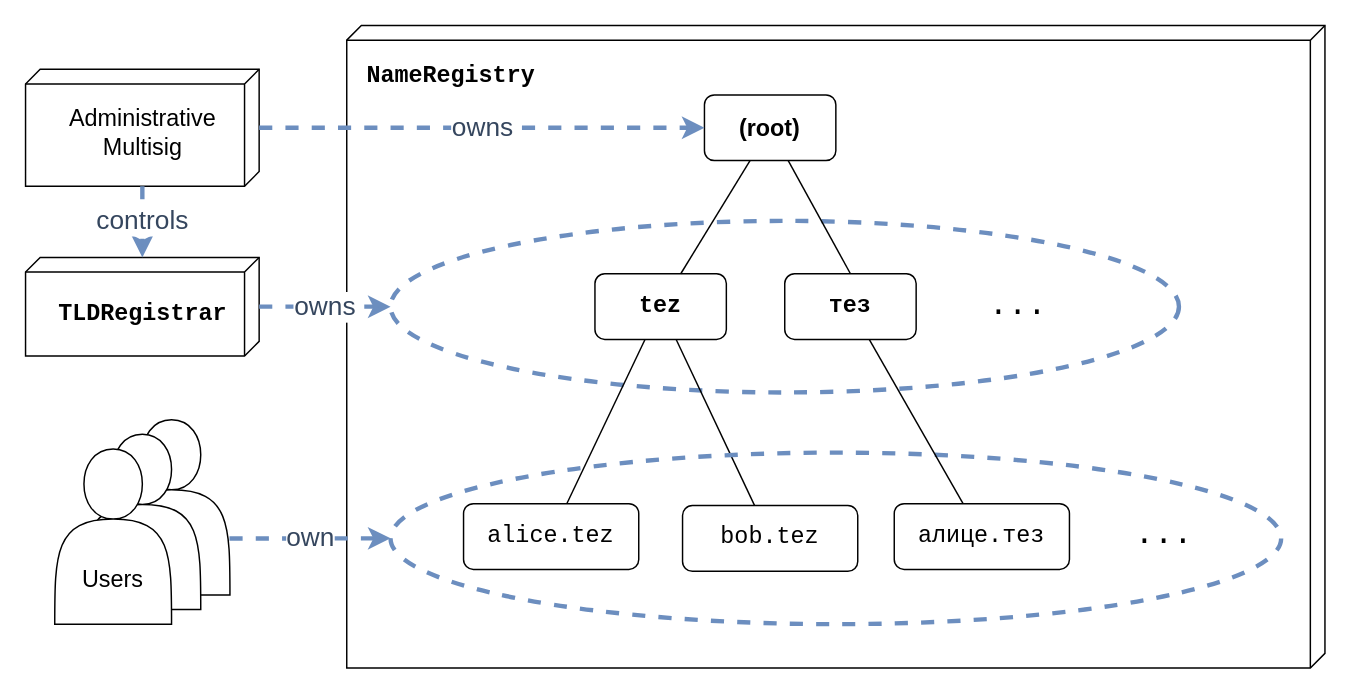
Earlier version of the draw.io diagram .gitbook/assets/ownership.drawio (tezos-domains/docs). Source tidied: cells renumbered, new cells numbered last; positions are measured from the earlier drawing's top-left corner, leaving out a move shared by most shapes. Both pictures are drawn from the tidied source at 146%, with x=0, y=0 at pixel (25, 25).
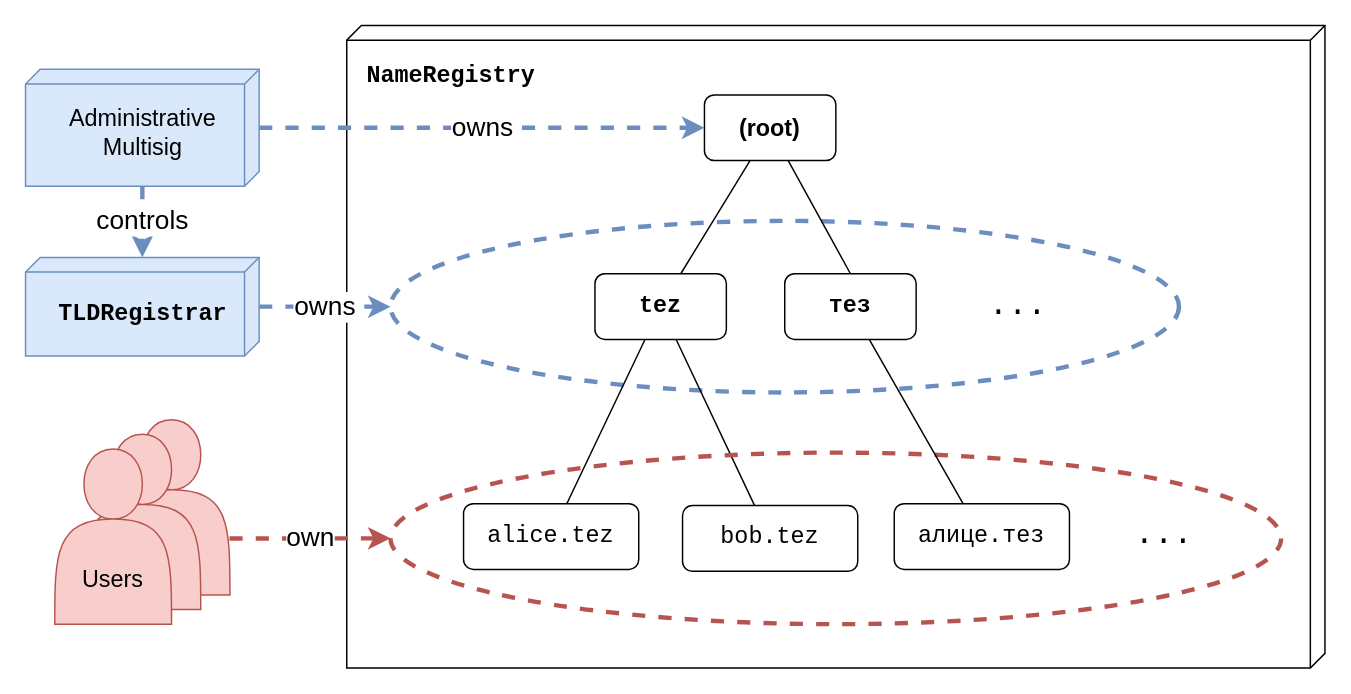
The same diagram, later.

Commit message (it also covers changes not shown here):
update ownership diagram

Unchanged cells that the change refers to:
```xml
<mxCell id="3" style="ellipse;whiteSpace=wrap;html=1;fontFamily=Courier New;fontSize=22;dashed=1;fillColor=none;strokeColor=#6c8ebf;strokeWidth=3;" parent="1" vertex="1">
  <mxGeometry x="250" y="133.8" width="540" height="117.5" as="geometry" />
</mxCell>
<mxCell id="4" value="&lt;font style=&quot;font-size: 16px&quot;&gt;&lt;span&gt;(root)&lt;/span&gt;&lt;/font&gt;" style="rounded=1;whiteSpace=wrap;html=1;fontStyle=1;" parent="1" vertex="1">
  <mxGeometry x="465" y="47.5" width="90" height="45" as="geometry" />
</mxCell>
<mxCell id="21" style="group;" parent="1" vertex="1">
  <mxGeometry x="20" y="292.5" width="120" height="140" as="geometry" />
</mxCell>
```

Diff of the diagram source:
```diff
@@
-    <mxCell id="12" style="ellipse;whiteSpace=wrap;html=1;fontFamily=Courier New;fontSize=22;dashed=1;fillColor=none;strokeColor=#6c8ebf;strokeWidth=3;" parent="1" vertex="1">
+    <mxCell id="12" style="ellipse;whiteSpace=wrap;html=1;fontFamily=Courier New;fontSize=22;dashed=1;fillColor=none;strokeColor=#b85450;strokeWidth=3;" parent="1" vertex="1">
       <mxGeometry x="250" y="292.5" width="610" height="117.5" as="geometry" />
     </mxCell>
@@
-    <mxCell id="18" value="&lt;font&gt;&lt;font style=&quot;font-family: &amp;quot;courier new&amp;quot;; font-size: 16px;&quot;&gt;TLDRegistrar&lt;br&gt;&lt;/font&gt;&lt;/font&gt;" style="verticalAlign=middle;align=center;spacingTop=8;spacingLeft=12;spacingRight=12;shape=cube;size=10;direction=south;fontStyle=1;html=1;fontSize=16;fontColor=#000000;" parent="1" vertex="1">
+    <mxCell id="18" value="&lt;font&gt;&lt;font style=&quot;font-family: &amp;quot;courier new&amp;quot;; font-size: 16px;&quot;&gt;TLDRegistrar&lt;br&gt;&lt;/font&gt;&lt;/font&gt;" style="verticalAlign=middle;align=center;spacingTop=8;spacingLeft=12;spacingRight=12;shape=cube;size=10;direction=south;fontStyle=1;html=1;fontSize=16;fillColor=#dae8fc;strokeColor=#6c8ebf;" parent="1" vertex="1">
       <mxGeometry y="158.8" width="160" height="67.5" as="geometry" />
     </mxCell>
-    <mxCell id="19" value="&lt;div&gt;&lt;span&gt;Administrative&lt;/span&gt;&lt;/div&gt;&lt;font&gt;&lt;div&gt;&lt;span&gt;Multisig&lt;/span&gt;&lt;/div&gt;&lt;/font&gt;" style="verticalAlign=middle;align=center;spacingTop=6;spacingLeft=12;spacingRight=12;shape=cube;size=10;direction=south;fontStyle=0;html=1;fontSize=16;fontColor=#000000;" parent="1" vertex="1">
+    <mxCell id="19" value="&lt;div&gt;&lt;span&gt;Administrative&lt;/span&gt;&lt;/div&gt;&lt;font&gt;&lt;div&gt;&lt;span&gt;Multisig&lt;/span&gt;&lt;/div&gt;&lt;/font&gt;" style="verticalAlign=middle;align=center;spacingTop=6;spacingLeft=12;spacingRight=12;shape=cube;size=10;direction=south;fontStyle=0;html=1;fontSize=16;fillColor=#dae8fc;strokeColor=#6c8ebf;" parent="1" vertex="1">
       <mxGeometry y="30" width="160" height="80" as="geometry" />
     </mxCell>
-    <mxCell id="20" value="owns" style="endArrow=classic;dashed=1;html=1;fontFamily=Helvetica;fontSize=18;endFill=1;fillColor=#dae8fc;strokeColor=#6c8ebf;strokeWidth=3;fontColor=#35465E;" parent="1" edge="1" source="19" target="4">
+    <mxCell id="20" value="owns" style="endArrow=classic;dashed=1;html=1;fontFamily=Helvetica;fontSize=18;endFill=1;fillColor=#dae8fc;strokeColor=#6c8ebf;strokeWidth=3;fontColor=#000000;" parent="1" edge="1" source="19" target="4">
       <mxGeometry relative="1" as="geometry" />
     </mxCell>
@@
-    <mxCell id="22" style="shape=actor;whiteSpace=wrap;html=1;fontSize=20;verticalAlign=bottom;fontStyle=0;spacingBottom=18;" parent="21" vertex="1">
+    <mxCell id="22" style="shape=actor;whiteSpace=wrap;html=1;fontSize=20;verticalAlign=bottom;fontStyle=0;spacingBottom=18;fillColor=#f8cecc;strokeColor=#b85450;" parent="21" vertex="1">
       <mxGeometry x="40" y="-22.5" width="80" height="120" as="geometry" />
     </mxCell>
-    <mxCell id="23" style="shape=actor;whiteSpace=wrap;html=1;fontSize=20;verticalAlign=bottom;fontStyle=0;spacingBottom=18;" parent="21" vertex="1">
+    <mxCell id="23" style="shape=actor;whiteSpace=wrap;html=1;fontSize=20;verticalAlign=bottom;fontStyle=0;spacingBottom=18;fillColor=#f8cecc;strokeColor=#b85450;" parent="21" vertex="1">
       <mxGeometry x="20" y="-12.5" width="80" height="120" as="geometry" />
     </mxCell>
-    <mxCell id="24" value="&lt;font style=&quot;font-size: 20px&quot;&gt;&lt;span style=&quot;font-size: 16px&quot;&gt;Users&lt;/span&gt;&lt;/font&gt;" style="shape=actor;whiteSpace=wrap;html=1;fontSize=20;verticalAlign=bottom;fontStyle=0;spacingBottom=18;" parent="21" vertex="1">
+    <mxCell id="24" value="&lt;font style=&quot;font-size: 20px&quot;&gt;&lt;span style=&quot;font-size: 16px&quot;&gt;Users&lt;/span&gt;&lt;/font&gt;" style="shape=actor;whiteSpace=wrap;html=1;fontSize=20;verticalAlign=bottom;fontStyle=0;spacingBottom=18;fillColor=#f8cecc;strokeColor=#b85450;" parent="21" vertex="1">
       <mxGeometry y="-2.5" width="80" height="120" as="geometry" />
     </mxCell>
-    <mxCell id="25" value="owns" style="endArrow=classic;dashed=1;html=1;fontFamily=Helvetica;fontSize=18;endFill=1;fillColor=#dae8fc;strokeColor=#6c8ebf;strokeWidth=3;fontColor=#35465E;" parent="1" edge="1" source="18" target="3">
+    <mxCell id="25" value="owns" style="endArrow=classic;dashed=1;html=1;fontFamily=Helvetica;fontSize=18;endFill=1;fillColor=#dae8fc;strokeColor=#6c8ebf;strokeWidth=3;fontColor=#000000;" parent="1" edge="1" source="18" target="3">
       <mxGeometry relative="1" as="geometry" />
     </mxCell>
-    <mxCell id="26" value="own" style="endArrow=classic;dashed=1;html=1;fontFamily=Helvetica;fontSize=18;endFill=1;fillColor=#dae8fc;strokeColor=#6c8ebf;strokeWidth=3;fontColor=#35465E;exitX=0.996;exitY=0.678;exitDx=0;exitDy=0;exitPerimeter=0;" parent="1" edge="1" source="22" target="12">
+    <mxCell id="26" value="own" style="endArrow=classic;dashed=1;html=1;fontFamily=Helvetica;fontSize=18;endFill=1;fillColor=#f8cecc;strokeColor=#b85450;strokeWidth=3;fontColor=#000000;exitX=0.996;exitY=0.678;exitDx=0;exitDy=0;exitPerimeter=0;" parent="1" edge="1" source="22" target="12">
       <mxGeometry relative="1" as="geometry" />
     </mxCell>
-    <mxCell id="27" value="controls" style="endArrow=classic;dashed=1;html=1;fontFamily=Helvetica;fontSize=18;endFill=1;fillColor=#dae8fc;strokeColor=#6c8ebf;strokeWidth=3;fontColor=#35465E;" parent="1" edge="1" source="19" target="18">
+    <mxCell id="27" value="controls" style="endArrow=classic;dashed=1;html=1;fontFamily=Helvetica;fontSize=18;endFill=1;fillColor=#dae8fc;strokeColor=#6c8ebf;strokeWidth=3;fontColor=#000000;" parent="1" edge="1" source="19" target="18">
       <mxGeometry relative="1" as="geometry" />
     </mxCell>
```
